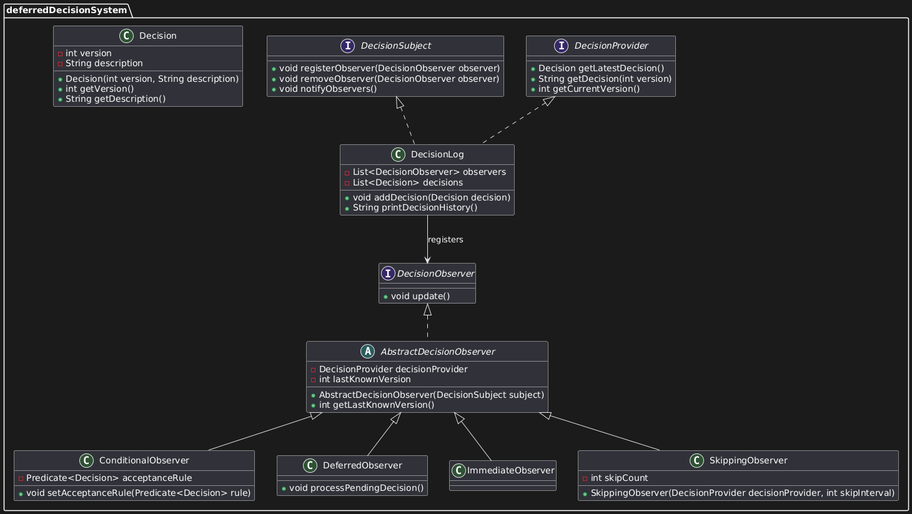
Before: DesignPatterns/bin/behavioral/observer/deferredDecisionSystem/uml/deferredDecisionSystem.png, a diagram exported from PlantUML (MatthewBaggethun/Design-Patterns). The source it was exported from:
```plantuml
@startuml
package "deferredDecisionSystem" {

  class Decision {
    - int version
    - String description
    + Decision(int version, String description)
    + int getVersion()
    + String getDescription()
  }

  interface DecisionSubject {
    + void registerObserver(DecisionObserver observer)
    + void removeObserver(DecisionObserver observer)
    + void notifyObservers()
  }

  interface DecisionProvider{
    + Decision getLatestDecision()
    + String getDecision(int version)
    + int getCurrentVersion()
  }

  class DecisionLog implements DecisionSubject, DecisionProvider {
    - List<DecisionObserver> observers
    - List<Decision> decisions
    + void addDecision(Decision decision)
    + String printDecisionHistory()
  }

  interface DecisionObserver {
    + void update()
  }

  abstract class AbstractDecisionObserver implements DecisionObserver {
    - DecisionProvider decisionProvider
    - int lastKnownVersion
    + AbstractDecisionObserver(DecisionSubject subject)
    + int getLastKnownVersion()
  }

  class ConditionalObserver extends AbstractDecisionObserver {
    - Predicate<Decision> acceptanceRule
    + void setAcceptanceRule(Predicate<Decision> rule)
  }

  class DeferredObserver extends AbstractDecisionObserver {
    + void processPendingDecision()
  }

  class ImmediateObserver extends AbstractDecisionObserver {
  }

  class SkippingObserver extends AbstractDecisionObserver {
    - int skipCount
    + SkippingObserver(DecisionProvider decisionProvider, int skipInterval)
  }

  DecisionLog --> DecisionObserver : registers
}
@enduml
```
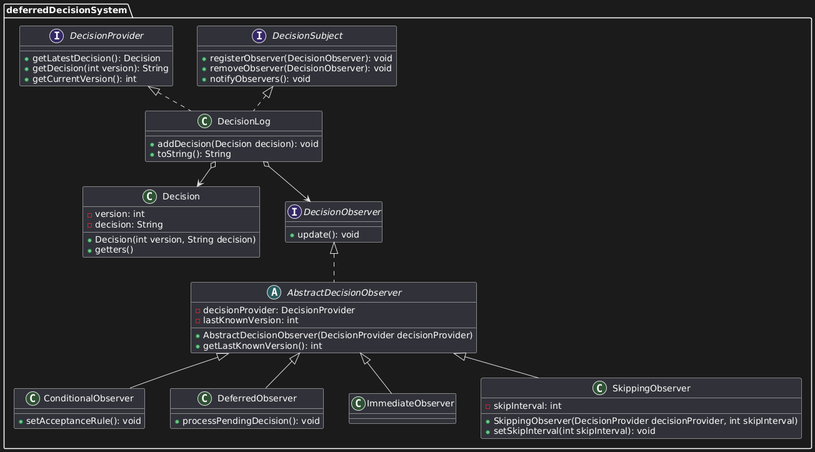
The same diagram one commit later.

Commit message:
Improved code readability and fixed an error in UML diagram.

The edit, as a diff of the source:
```diff
@@ -1,61 +1,62 @@
 @startuml
-package "deferredDecisionSystem" {
+skinparam nodesep 40
+skinparam ranksep 40
 
-  class Decision {
-    - int version
-    - String description
-    + Decision(int version, String description)
-    + int getVersion()
-    + String getDescription()
-  }
+package deferredDecisionSystem {
+    class Decision {
+        - version: int
+        - decision: String
+        + Decision(int version, String decision)
+        + getters()
+    }
 
-  interface DecisionSubject {
-    + void registerObserver(DecisionObserver observer)
-    + void removeObserver(DecisionObserver observer)
-    + void notifyObservers()
-  }
+    interface DecisionProvider {
+        + getLatestDecision(): Decision
+	+ getDecision(int version): String
+	+ getCurrentVersion(): int
+    }
 
-  interface DecisionProvider{
-    + Decision getLatestDecision()
-    + String getDecision(int version)
-    + int getCurrentVersion()
-  }
+    interface DecisionSubject {
+        + registerObserver(DecisionObserver): void
+        + removeObserver(DecisionObserver): void
+        + notifyObservers(): void
+    }
 
-  class DecisionLog implements DecisionSubject, DecisionProvider {
-    - List<DecisionObserver> observers
-    - List<Decision> decisions
-    + void addDecision(Decision decision)
-    + String printDecisionHistory()
-  }
+    class DecisionLog implements DecisionProvider, DecisionSubject {
+        + addDecision(Decision decision): void
+        + toString(): String
+    }
 
-  interface DecisionObserver {
-    + void update()
-  }
+    interface DecisionObserver {
+        + update(): void
+    }
 
-  abstract class AbstractDecisionObserver implements DecisionObserver {
-    - DecisionProvider decisionProvider
-    - int lastKnownVersion
-    + AbstractDecisionObserver(DecisionSubject subject)
-    + int getLastKnownVersion()
-  }
+    abstract class AbstractDecisionObserver implements DecisionObserver{
+        - decisionProvider: DecisionProvider
+        - lastKnownVersion: int
+        + AbstractDecisionObserver(DecisionProvider decisionProvider)
+        + getLastKnownVersion(): int
+    }
 
-  class ConditionalObserver extends AbstractDecisionObserver {
-    - Predicate<Decision> acceptanceRule
-    + void setAcceptanceRule(Predicate<Decision> rule)
-  }
+    class ConditionalObserver extends AbstractDecisionObserver {
+        + setAcceptanceRule(): void
+    }
 
-  class DeferredObserver extends AbstractDecisionObserver {
-    + void processPendingDecision()
-  }
+    class DeferredObserver extends AbstractDecisionObserver {
+        + processPendingDecision(): void
+    }
 
-  class ImmediateObserver extends AbstractDecisionObserver {
-  }
+    class ImmediateObserver extends AbstractDecisionObserver {
+    }
 
-  class SkippingObserver extends AbstractDecisionObserver {
-    - int skipCount
-    + SkippingObserver(DecisionProvider decisionProvider, int skipInterval)
-  }
+    class SkippingObserver extends AbstractDecisionObserver {
+        - skipInterval: int
+        + SkippingObserver(DecisionProvider decisionProvider, int skipInterval)
+        + setSkipInterval(int skipInterval): void
+    }
 
-  DecisionLog --> DecisionObserver : registers
+DecisionLog o--> DecisionObserver
+DecisionLog o--> Decision
+
 }
 @enduml
```
